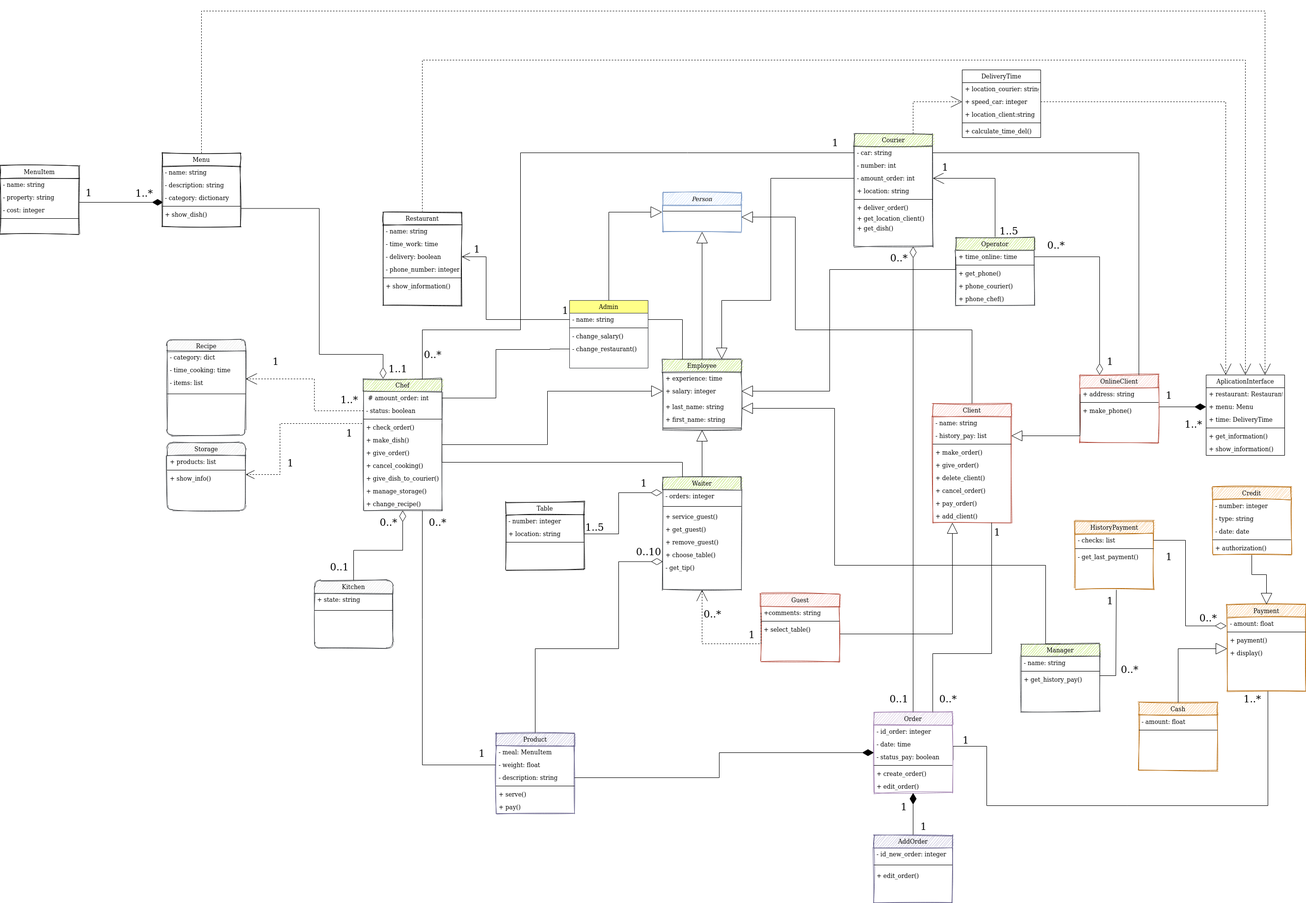
Above: Untitled Diagram.png in ChistEgor/UML-class-diagram (draw.io), before the change. Source tidied: cells renumbered, new cells last; positions are measured from the earlier drawing's top-left corner, leaving out a move shared by most shapes.
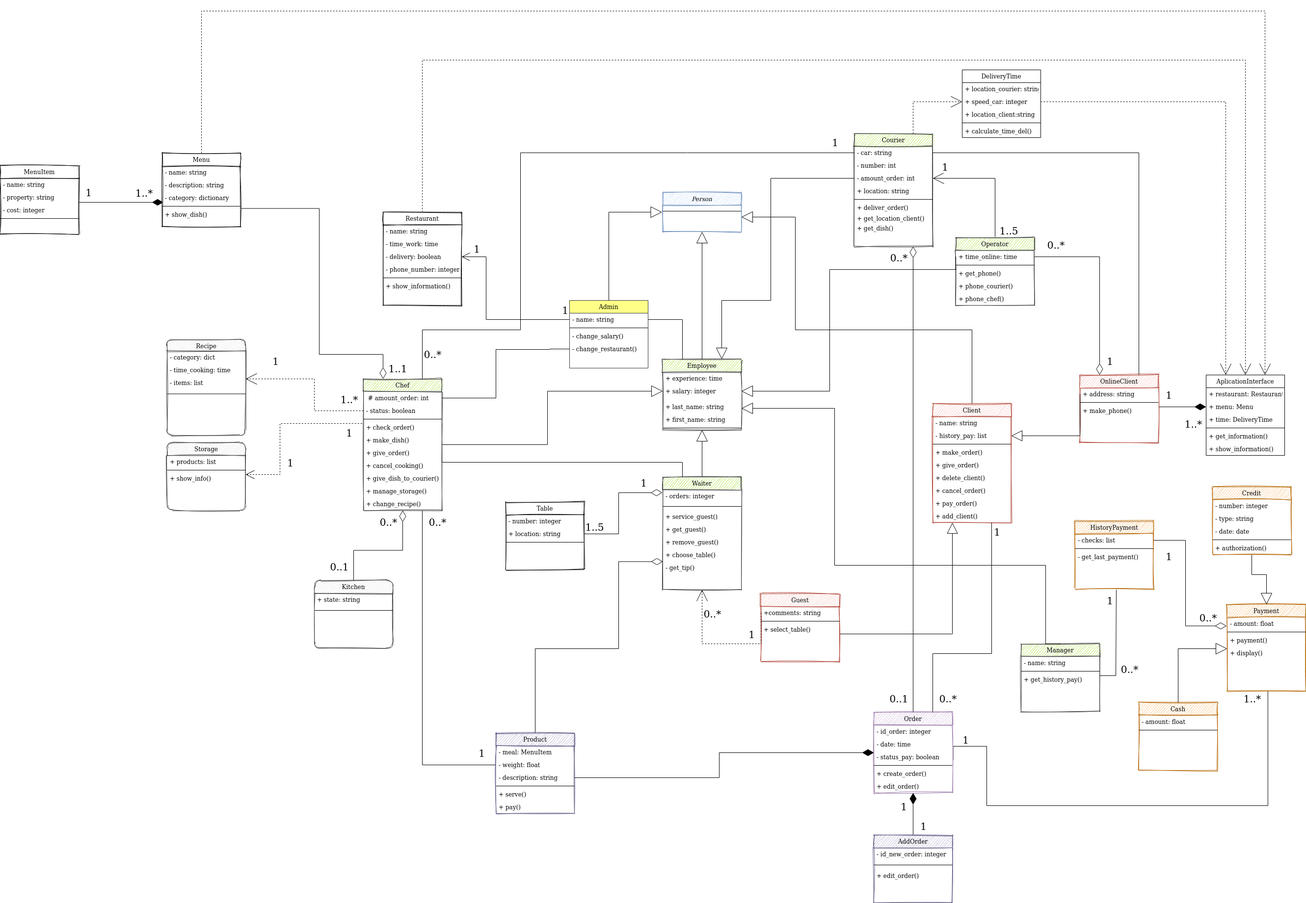
After the commit.

Diff of the diagram source:
```diff
@@ -878,11 +878,6 @@
         <mxPoint x="-209" y="-29" as="offset" />
       </mxGeometry>
     </mxCell>
-    <mxCell id="228" value="0..10" style="edgeLabel;html=1;align=center;verticalAlign=middle;fontSize=20;" parent="1" vertex="1">
-      <mxGeometry x="1530" y="1130" as="geometry">
-        <mxPoint x="-209" y="-29" as="offset" />
-      </mxGeometry>
-    </mxCell>
     <mxCell id="229" style="edgeStyle=orthogonalEdgeStyle;rounded=0;jumpSize=7;jettySize=auto;html=1;startArrow=none;startFill=0;startSize=21;sourcePerimeterSpacing=13;endArrow=none;endFill=0;endSize=21;targetPerimeterSpacing=17;strokeColor=#000000;strokeWidth=1;fontSize=20;entryX=0.75;entryY=0;entryDx=0;entryDy=0;exitX=0;exitY=0.5;exitDx=0;exitDy=0;" parent="1" edge="1" source="36" target="108">
       <mxGeometry relative="1" as="geometry">
         <Array as="points">
```
